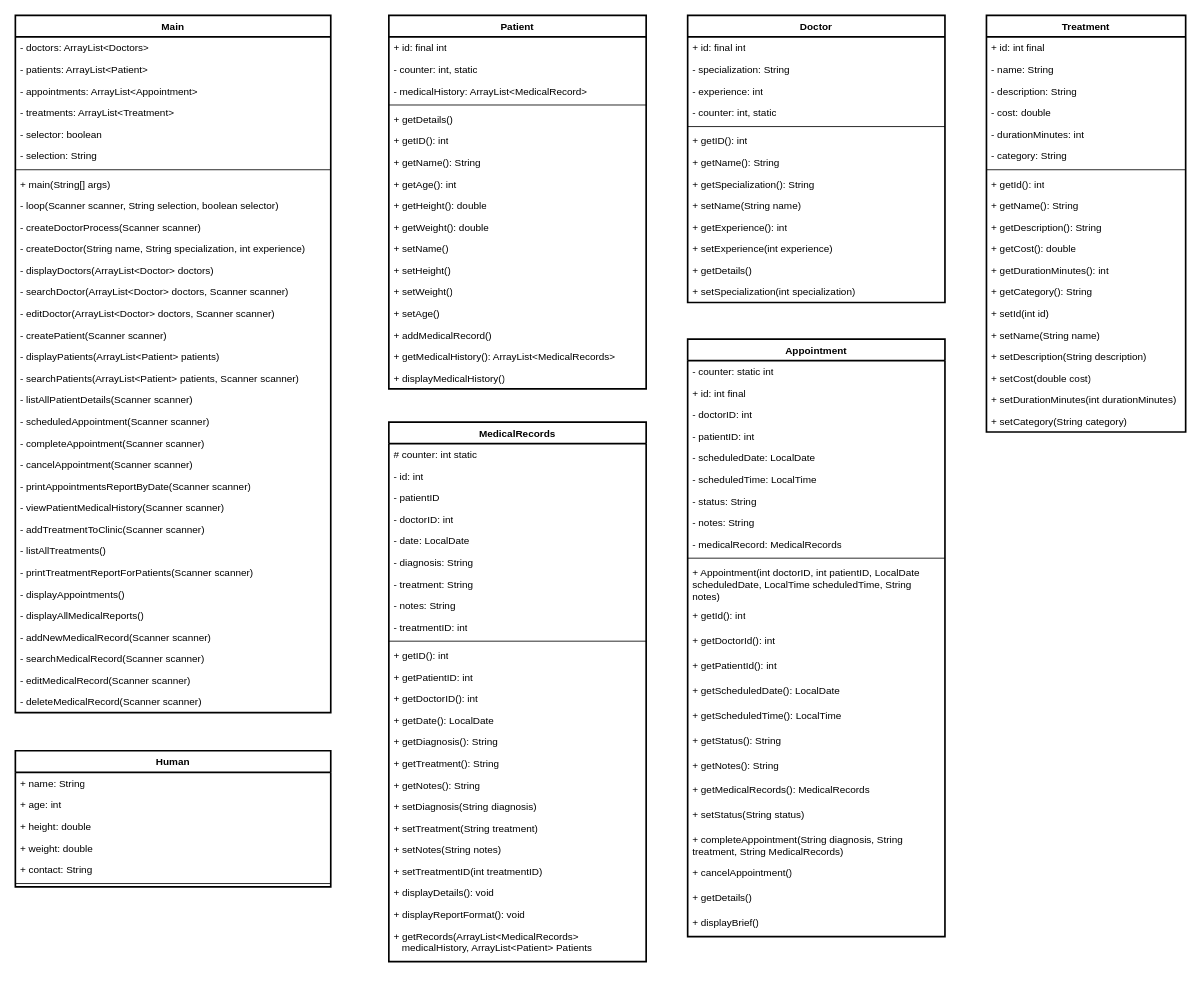
This is UMLDiagram.drawio from abobymotaki/uncharted, a draw.io file, before an edit. Source tidied: cells renumbered, new cells numbered last; positions are measured from the earlier drawing's top-left corner, leaving out a move shared by most shapes. Both pictures are drawn from the tidied source at 83%, with x=0, y=0 at pixel (15, 15).
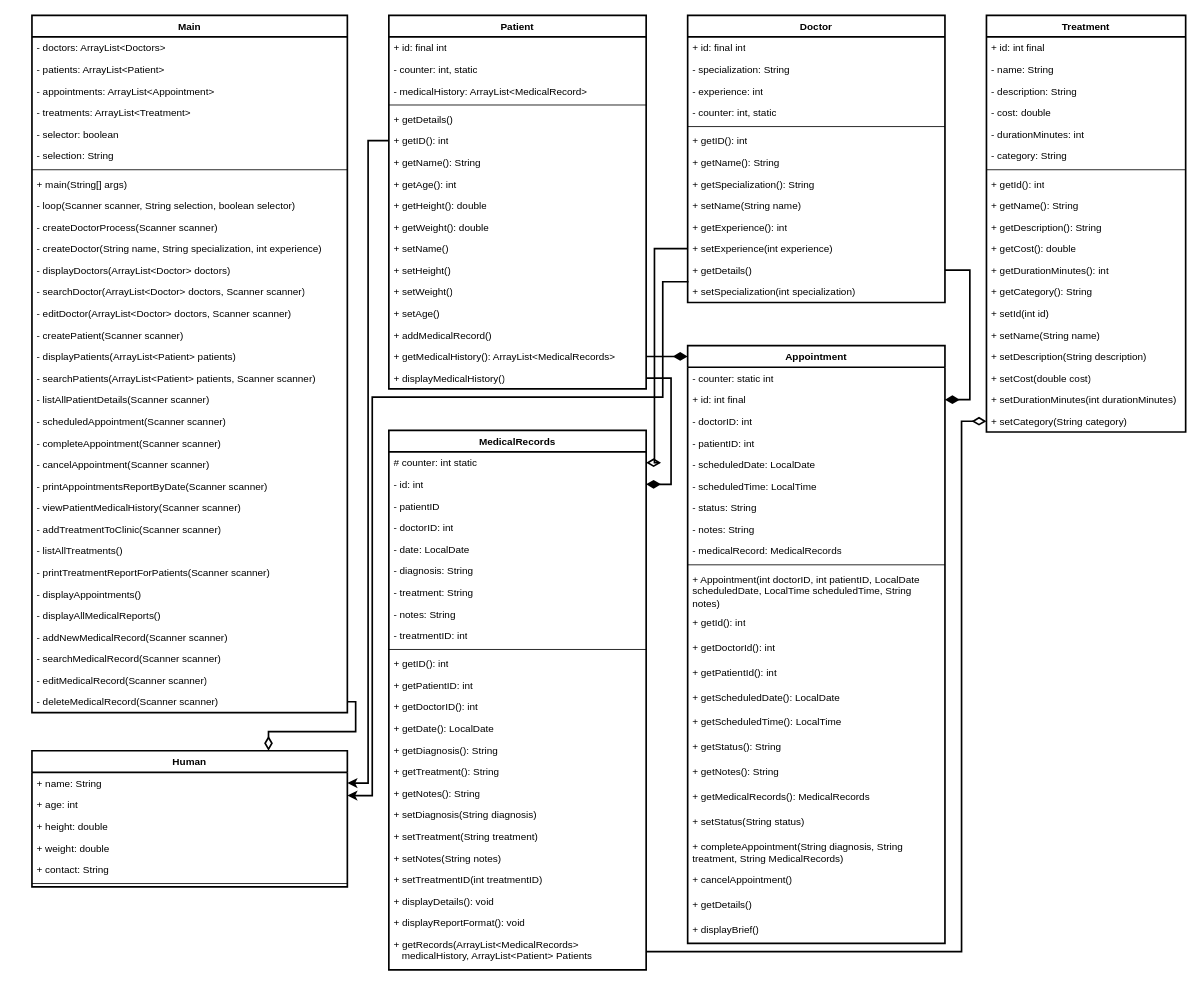
After the change.

Unchanged cells that the change refers to:
```xml
<mxCell id="3" value="+ name: String" style="text;strokeColor=none;fillColor=none;align=left;verticalAlign=top;spacingLeft=4;spacingRight=4;overflow=hidden;points=[[0,0.5],[1,0.5]];portConstraint=eastwest;whiteSpace=wrap;html=1;" parent="2" vertex="1">
  <mxGeometry y="26" width="380" height="26" as="geometry" />
</mxCell>
<mxCell id="4" value="+ age: int" style="text;strokeColor=none;fillColor=none;align=left;verticalAlign=top;spacingLeft=4;spacingRight=4;overflow=hidden;points=[[0,0.5],[1,0.5]];portConstraint=eastwest;whiteSpace=wrap;html=1;" parent="2" vertex="1">
  <mxGeometry y="52" width="380" height="26" as="geometry" />
</mxCell>
<mxCell id="15" value="+ getID(): int" style="text;strokeColor=none;fillColor=none;align=left;verticalAlign=top;spacingLeft=4;spacingRight=4;overflow=hidden;points=[[0,0.5],[1,0.5]];portConstraint=eastwest;whiteSpace=wrap;html=1;" parent="9" vertex="1">
  <mxGeometry y="138" width="310" height="26" as="geometry" />
</mxCell>
<mxCell id="25" value="+ getMedicalHistory(): ArrayList&amp;lt;MedicalRecords&amp;gt;" style="text;strokeColor=none;fillColor=none;align=left;verticalAlign=top;spacingLeft=4;spacingRight=4;overflow=hidden;points=[[0,0.5],[1,0.5]];portConstraint=eastwest;whiteSpace=wrap;html=1;" parent="9" vertex="1">
  <mxGeometry y="398" width="310" height="26" as="geometry" />
</mxCell>
<mxCell id="26" value="+ displayMedicalHistory()" style="text;strokeColor=none;fillColor=none;align=left;verticalAlign=top;spacingLeft=4;spacingRight=4;overflow=hidden;points=[[0,0.5],[1,0.5]];portConstraint=eastwest;whiteSpace=wrap;html=1;" parent="9" vertex="1">
  <mxGeometry y="424" width="310" height="26" as="geometry" />
</mxCell>
<mxCell id="46" value="+ setCategory(String category)" style="text;strokeColor=none;fillColor=none;align=left;verticalAlign=top;spacingLeft=4;spacingRight=4;overflow=hidden;points=[[0,0.5],[1,0.5]];portConstraint=eastwest;whiteSpace=wrap;html=1;" parent="27" vertex="1">
  <mxGeometry y="476" width="240" height="26" as="geometry" />
</mxCell>
<mxCell id="58" value="+ setExperience(int experience)" style="text;strokeColor=none;fillColor=none;align=left;verticalAlign=top;spacingLeft=4;spacingRight=4;overflow=hidden;points=[[0,0.5],[1,0.5]];portConstraint=eastwest;whiteSpace=wrap;html=1;" parent="47" vertex="1">
  <mxGeometry y="268" width="310" height="26" as="geometry" />
</mxCell>
<mxCell id="59" value="+ getDetails()" style="text;strokeColor=none;fillColor=none;align=left;verticalAlign=top;spacingLeft=4;spacingRight=4;overflow=hidden;points=[[0,0.5],[1,0.5]];portConstraint=eastwest;whiteSpace=wrap;html=1;" parent="47" vertex="1">
  <mxGeometry y="294" width="310" height="26" as="geometry" />
</mxCell>
<mxCell id="62" value="# counter: int static" style="text;strokeColor=none;fillColor=none;align=left;verticalAlign=top;spacingLeft=4;spacingRight=4;overflow=hidden;points=[[0,0.5],[1,0.5]];portConstraint=eastwest;whiteSpace=wrap;html=1;" parent="61" vertex="1">
  <mxGeometry y="26" width="310" height="26" as="geometry" />
</mxCell>
<mxCell id="63" value="- id: int" style="text;strokeColor=none;fillColor=none;align=left;verticalAlign=top;spacingLeft=4;spacingRight=4;overflow=hidden;points=[[0,0.5],[1,0.5]];portConstraint=eastwest;whiteSpace=wrap;html=1;" parent="61" vertex="1">
  <mxGeometry y="52" width="310" height="26" as="geometry" />
</mxCell>
<mxCell id="85" value="+ getRecords(ArrayList&amp;lt;MedicalRecords&amp;gt;&amp;nbsp;&lt;div&gt;&amp;nbsp; &amp;nbsp;medicalHistory, ArrayList&amp;lt;Patient&amp;gt; Patients&lt;/div&gt;" style="text;strokeColor=none;fillColor=none;align=left;verticalAlign=top;spacingLeft=4;spacingRight=4;overflow=hidden;points=[[0,0.5],[1,0.5]];portConstraint=eastwest;whiteSpace=wrap;html=1;" parent="61" vertex="1">
  <mxGeometry y="606" width="310" height="44" as="geometry" />
</mxCell>
<mxCell id="88" value="+&lt;span style=&quot;background-color: transparent; color: light-dark(rgb(0, 0, 0), rgb(255, 255, 255));&quot;&gt;&amp;nbsp;id: int final&lt;/span&gt;" style="text;strokeColor=none;fillColor=none;align=left;verticalAlign=top;spacingLeft=4;spacingRight=4;overflow=hidden;points=[[0,0.5],[1,0.5]];portConstraint=eastwest;whiteSpace=wrap;html=1;" parent="86" vertex="1">
  <mxGeometry y="52" width="310" height="26" as="geometry" />
</mxCell>
<mxCell id="143" value="- deleteMedicalRecord(Scanner scanner)" style="text;strokeColor=none;fillColor=none;align=left;verticalAlign=top;spacingLeft=4;spacingRight=4;overflow=hidden;points=[[0,0.5],[1,0.5]];portConstraint=eastwest;whiteSpace=wrap;html=1;" parent="111" vertex="1">
  <mxGeometry y="814" width="380" height="26" as="geometry" />
</mxCell>
```

Diff of the diagram source:
```diff
@@
+    <mxCell id="144" style="edgeStyle=orthogonalEdgeStyle;rounded=0;jettySize=auto;html=1;exitX=0.75;exitY=0;exitDx=0;exitDy=0;entryX=1;entryY=0.5;entryDx=0;entryDy=0;endArrow=none;endFill=0;startArrow=diamondThin;startFill=0;startSize=12;strokeWidth=2;" parent="1" edge="1" source="2" target="143">
+      <mxGeometry relative="1" as="geometry">
+        <Array as="points">
+          <mxPoint x="305" y="863" />
+          <mxPoint x="410" y="863" />
+          <mxPoint x="410" y="827" />
+        </Array>
+      </mxGeometry>
+    </mxCell>
     <mxCell id="2" value="Human" style="swimlane;fontStyle=1;align=center;verticalAlign=top;horizontal=1;startSize=26;whiteSpace=wrap;html=1;strokeWidth=2;" parent="1" vertex="1">
-      <mxGeometry y="886" width="380" height="164" as="geometry" />
+      <mxGeometry x="20" y="886" width="380" height="164" as="geometry" />
     </mxCell>
@@
     <mxCell id="61" value="MedicalRecords" style="swimlane;fontStyle=1;align=center;verticalAlign=top;horizontal=1;startSize=26;whiteSpace=wrap;html=1;strokeWidth=2;" parent="1" vertex="1">
-      <mxGeometry x="450" y="490" width="310" height="650" as="geometry" />
+      <mxGeometry x="450" y="500" width="310" height="650" as="geometry" />
     </mxCell>
@@
     <mxCell id="86" value="Appointment" style="swimlane;fontStyle=1;align=center;verticalAlign=top;horizontal=1;startSize=26;whiteSpace=wrap;html=1;strokeWidth=2;" parent="1" vertex="1">
-      <mxGeometry x="810" y="390" width="310" height="720" as="geometry" />
+      <mxGeometry x="810" y="398" width="310" height="720" as="geometry" />
     </mxCell>
@@
     <mxCell id="111" value="Main" style="swimlane;fontStyle=1;align=center;verticalAlign=top;horizontal=1;startSize=26;whiteSpace=wrap;html=1;strokeWidth=2;" parent="1" vertex="1">
-      <mxGeometry width="380" height="840" as="geometry" />
+      <mxGeometry x="20" width="380" height="840" as="geometry" />
     </mxCell>
@@
+    <mxCell id="145" style="edgeStyle=orthogonalEdgeStyle;rounded=0;jettySize=auto;html=1;entryX=1;entryY=0.5;entryDx=0;entryDy=0;strokeWidth=2;" parent="1" edge="1" source="15" target="3">
+      <mxGeometry relative="1" as="geometry" />
+    </mxCell>
+    <mxCell id="146" style="edgeStyle=orthogonalEdgeStyle;rounded=0;jettySize=auto;html=1;strokeWidth=2;" parent="1" edge="1" target="4">
+      <mxGeometry relative="1" as="geometry">
+        <mxPoint x="810" y="320" as="sourcePoint" />
+        <Array as="points">
+          <mxPoint x="780" y="321" />
+          <mxPoint x="780" y="460" />
+          <mxPoint x="430" y="460" />
+          <mxPoint x="430" y="940" />
+        </Array>
+      </mxGeometry>
+    </mxCell>
+    <mxCell id="147" style="edgeStyle=orthogonalEdgeStyle;rounded=0;jettySize=auto;html=1;exitX=1;exitY=0.5;exitDx=0;exitDy=0;entryX=1;entryY=0.5;entryDx=0;entryDy=0;strokeWidth=2;endArrow=diamondThin;endFill=1;endSize=12;" parent="1" edge="1" source="26" target="63">
+      <mxGeometry relative="1" as="geometry">
+        <Array as="points">
+          <mxPoint x="790" y="437" />
+          <mxPoint x="790" y="565" />
+        </Array>
+      </mxGeometry>
+    </mxCell>
+    <mxCell id="148" style="edgeStyle=orthogonalEdgeStyle;rounded=0;jettySize=auto;html=1;exitX=1;exitY=0.5;exitDx=0;exitDy=0;entryX=1;entryY=0.5;entryDx=0;entryDy=0;endArrow=diamondThin;endFill=1;strokeWidth=2;jumpSize=12;endSize=12;" parent="1" edge="1" source="59" target="88">
+      <mxGeometry relative="1" as="geometry">
+        <Array as="points">
+          <mxPoint x="1150" y="307" />
+          <mxPoint x="1150" y="463" />
+        </Array>
+      </mxGeometry>
+    </mxCell>
+    <mxCell id="149" style="edgeStyle=orthogonalEdgeStyle;rounded=0;jettySize=auto;html=1;exitX=1;exitY=0.5;exitDx=0;exitDy=0;entryX=0;entryY=0.018;entryDx=0;entryDy=0;strokeWidth=2;entryPerimeter=0;endArrow=diamondThin;endFill=1;jumpSize=12;endSize=12;" parent="1" edge="1" source="25" target="86">
+      <mxGeometry relative="1" as="geometry" />
+    </mxCell>
+    <mxCell id="150" style="edgeStyle=orthogonalEdgeStyle;rounded=0;jettySize=auto;html=1;entryX=0;entryY=0.5;entryDx=0;entryDy=0;strokeWidth=2;endArrow=diamondThin;endFill=0;endSize=12;" parent="1" edge="1" source="85" target="46">
+      <mxGeometry relative="1" as="geometry">
+        <Array as="points">
+          <mxPoint x="1140" y="1128" />
+          <mxPoint x="1140" y="489" />
+        </Array>
+      </mxGeometry>
+    </mxCell>
+    <mxCell id="151" style="edgeStyle=orthogonalEdgeStyle;rounded=0;jettySize=auto;html=1;entryX=0;entryY=0.5;entryDx=0;entryDy=0;strokeWidth=2;endArrow=none;endFill=0;endSize=12;startSize=12;startArrow=diamondThin;startFill=0;" parent="1" edge="1" source="62" target="58">
+      <mxGeometry relative="1" as="geometry">
+        <Array as="points">
+          <mxPoint x="770" y="539" />
+          <mxPoint x="770" y="281" />
+        </Array>
+      </mxGeometry>
+    </mxCell>
```
